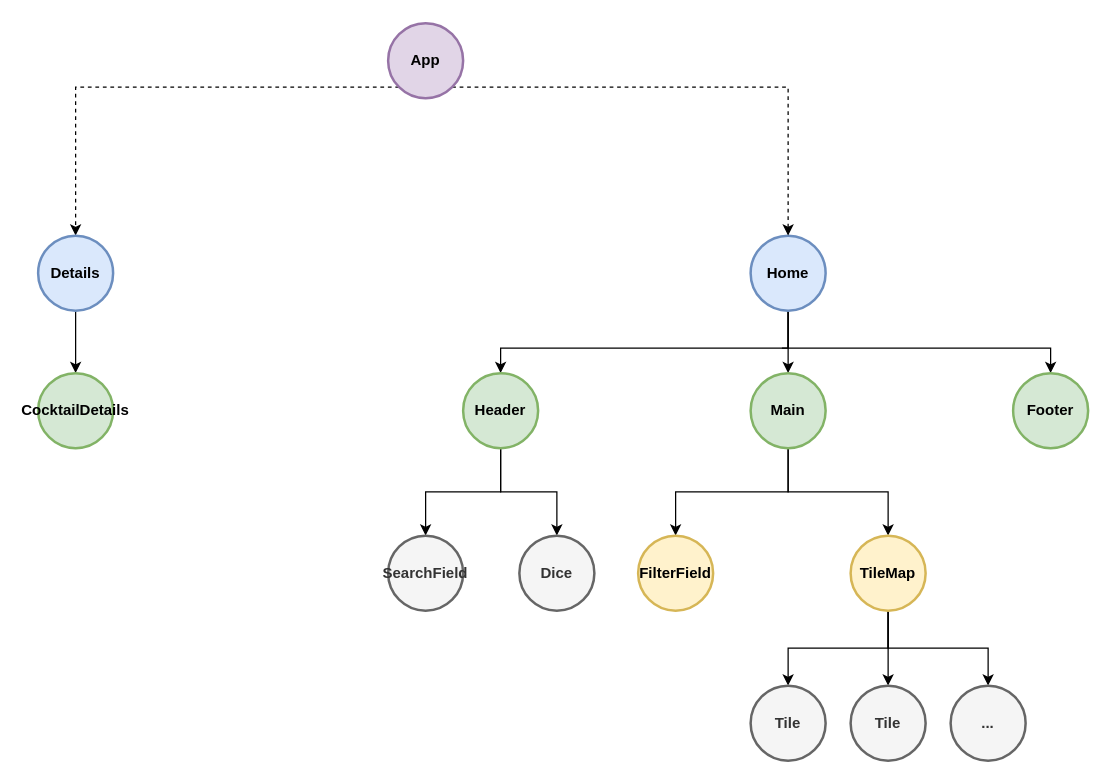
Above: StructureTree - Final.drawio in nikiwlan/webprogSS2021 (draw.io), before the change. Source tidied: cells renumbered, new cells numbered last; positions are measured from the earlier drawing's top-left corner, leaving out a move shared by most shapes. Both pictures are drawn from the tidied source at 125%, with x=0, y=0 at pixel (38, 22).
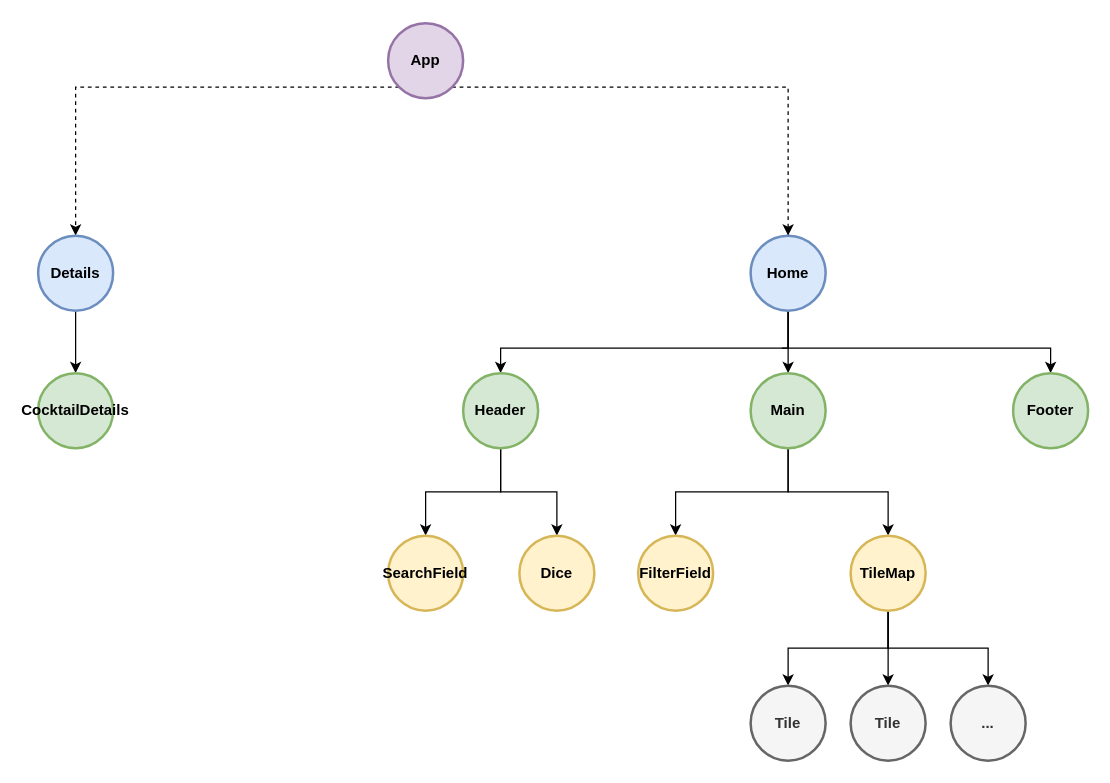
Above is the later version.

Diff of the diagram source:
```diff
@@
-    <mxCell id="18" value="SearchField" style="ellipse;whiteSpace=wrap;html=1;fillColor=#f5f5f5;strokeColor=#666666;fontColor=#333333;fontSize=12;fontStyle=1;strokeWidth=2;" parent="1" vertex="1">
+    <mxCell id="18" value="SearchField" style="ellipse;whiteSpace=wrap;html=1;fillColor=#fff2cc;strokeColor=#d6b656;fontSize=12;fontStyle=1;strokeWidth=2;" parent="1" vertex="1">
       <mxGeometry x="280" y="410" width="60" height="60" as="geometry" />
     </mxCell>
-    <mxCell id="19" value="Dice" style="ellipse;whiteSpace=wrap;html=1;fillColor=#f5f5f5;strokeColor=#666666;fontColor=#333333;fontSize=12;fontStyle=1;strokeWidth=2;" parent="1" vertex="1">
+    <mxCell id="19" value="Dice" style="ellipse;whiteSpace=wrap;html=1;fillColor=#fff2cc;strokeColor=#d6b656;fontSize=12;fontStyle=1;strokeWidth=2;" parent="1" vertex="1">
       <mxGeometry x="385" y="410" width="60" height="60" as="geometry" />
     </mxCell>
```
